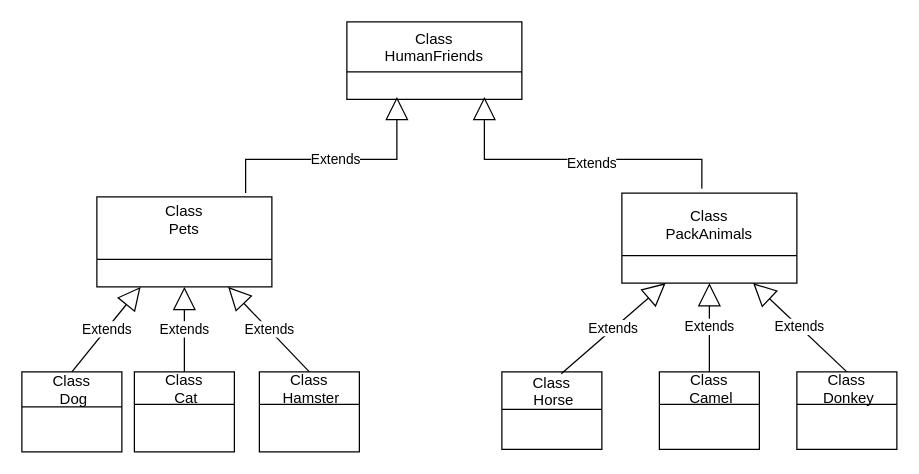
The draw.io diagram UML.drawio in nagovitsin-kgs/Kennel_account_system, before the edit. Source tidied: cells renumbered, new cells numbered last; positions are measured from the earlier drawing's top-left corner, leaving out a move shared by most shapes. Both pictures are drawn from the tidied source at 125%, with x=0, y=0 at pixel (21, 21).
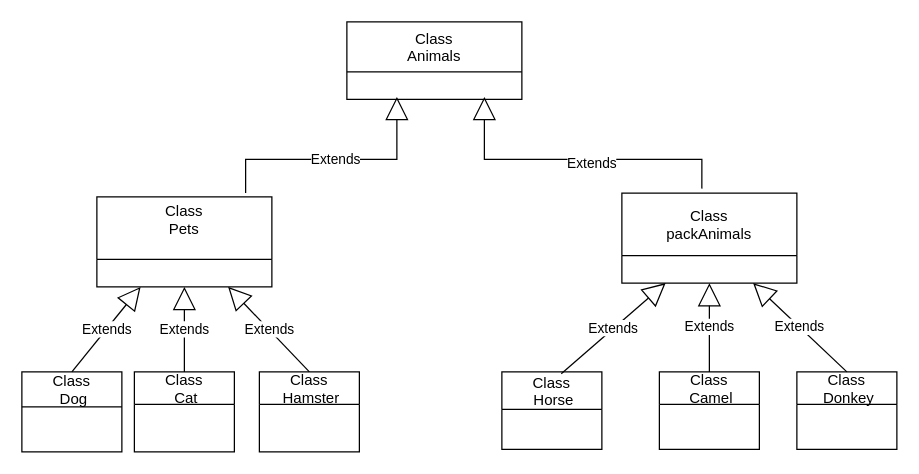
Above is the later version.

The edit, as a diff of the source:
```diff
@@
-    <mxCell id="2" value="Class &#10;HumanFriends" style="swimlane;fontStyle=0;horizontal=1;startSize=40;fillColor=none;" parent="1" vertex="1">
+    <mxCell id="2" value="Class &#10;Animals" style="swimlane;fontStyle=0;horizontal=1;startSize=40;fillColor=none;" parent="1" vertex="1">
       <mxGeometry x="260" width="140" height="62" as="geometry" />
     </mxCell>
@@
-    <mxCell id="4" value="Class&#10;PackAnimals" style="swimlane;fontStyle=0;horizontal=1;startSize=50;fillColor=none;" parent="1" vertex="1">
+    <mxCell id="4" value="Class&#10;packAnimals" style="swimlane;fontStyle=0;horizontal=1;startSize=50;fillColor=none;" parent="1" vertex="1">
       <mxGeometry x="480" y="137" width="140" height="72" as="geometry" />
     </mxCell>
```
